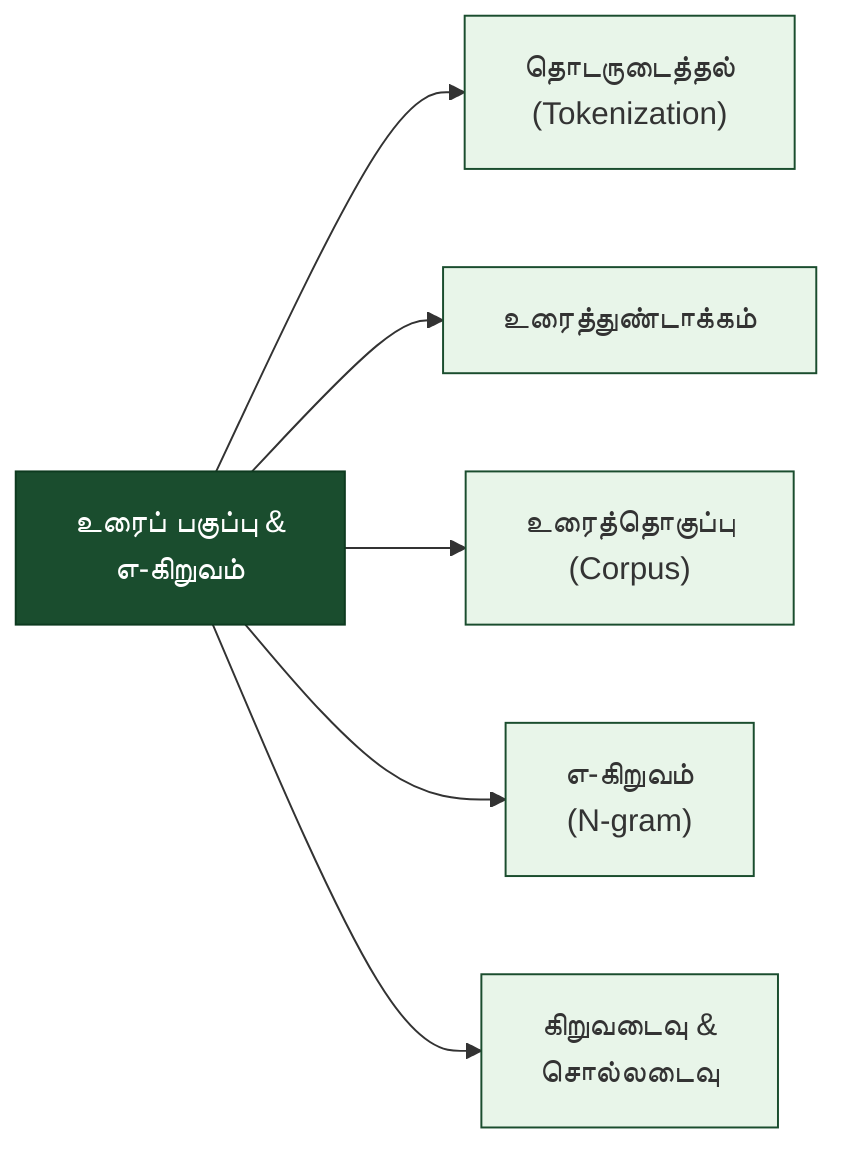
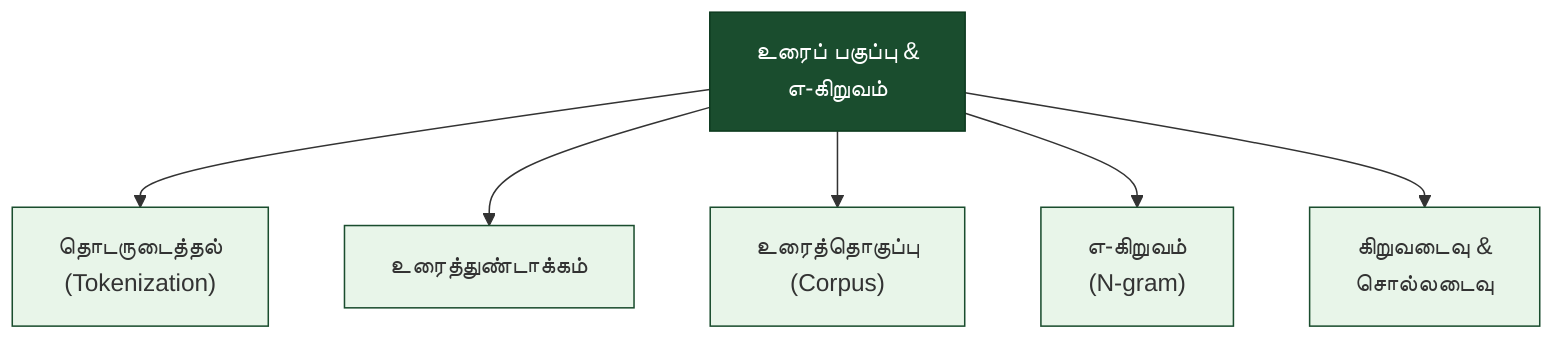
- flowchart LR
+ flowchart TB
    TEXT["உரைப் பகுப்பு &<br/>எ-கிறுவம்"] --> TOK["தொடருடைத்தல்<br/>(Tokenization)"]
    TEXT --> CHUNK["உரைத்துண்டாக்கம்"]
    TEXT --> CORPUS["உரைத்தொகுப்பு<br/>(Corpus)"]
    TEXT --> NGRAM["எ-கிறுவம்<br/>(N-gram)"]
    TEXT --> VOCAB["கிறுவடைவு &<br/>சொல்லடைவு"]

    style TEXT fill:#1a4d2e,stroke:#0d3a1f,color:#fff
    style TOK fill:#e8f5e9,stroke:#1a4d2e
    style CHUNK fill:#e8f5e9,stroke:#1a4d2e
    style CORPUS fill:#e8f5e9,stroke:#1a4d2e
    style NGRAM fill:#e8f5e9,stroke:#1a4d2e
    style VOCAB fill:#e8f5e9,stroke:#1a4d2e
